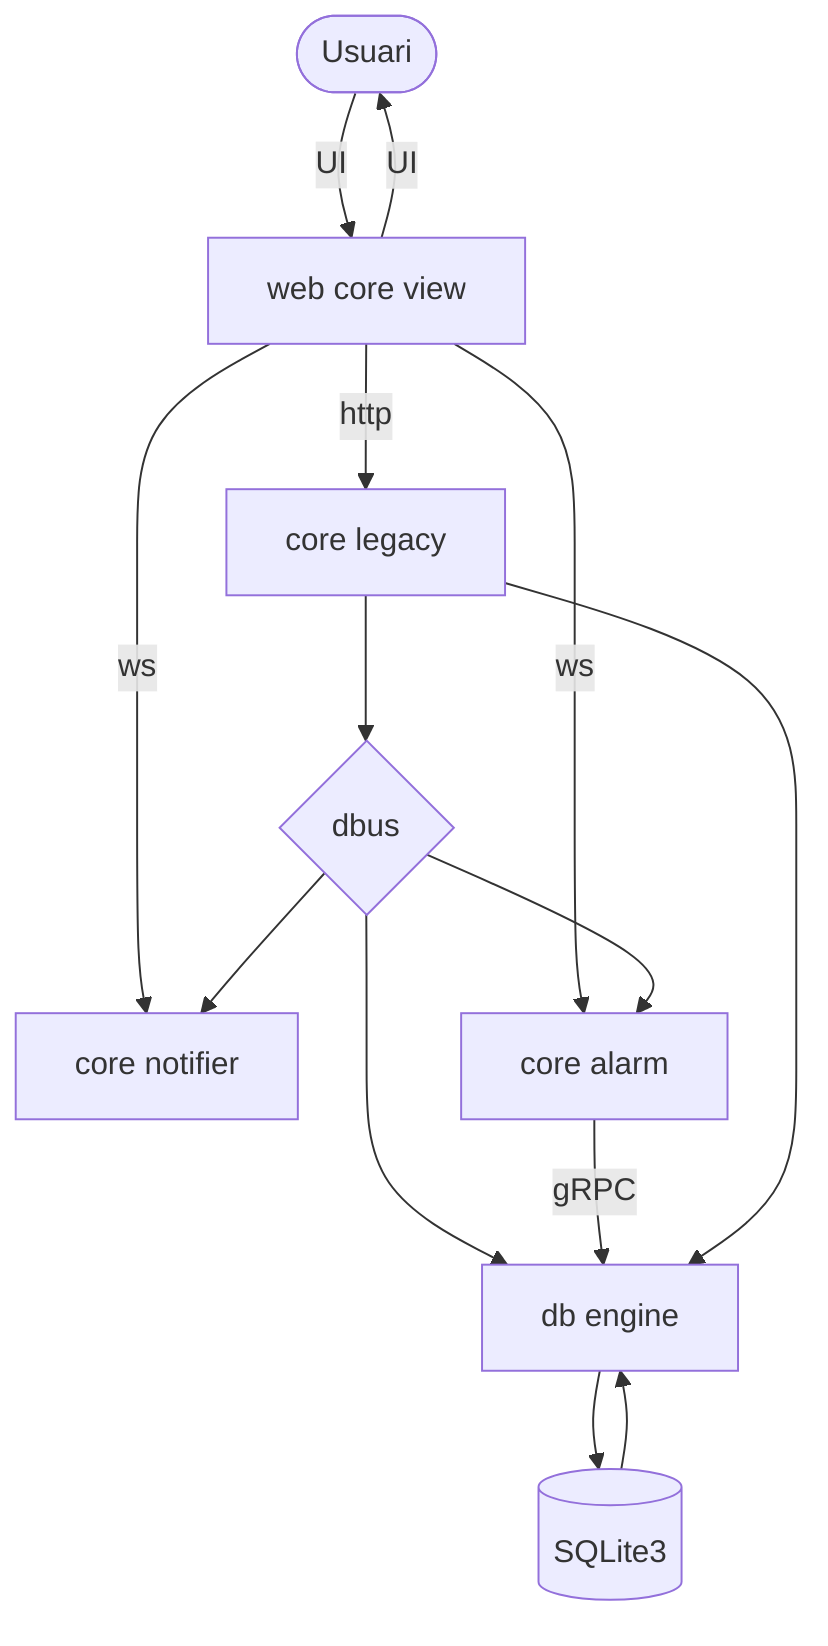
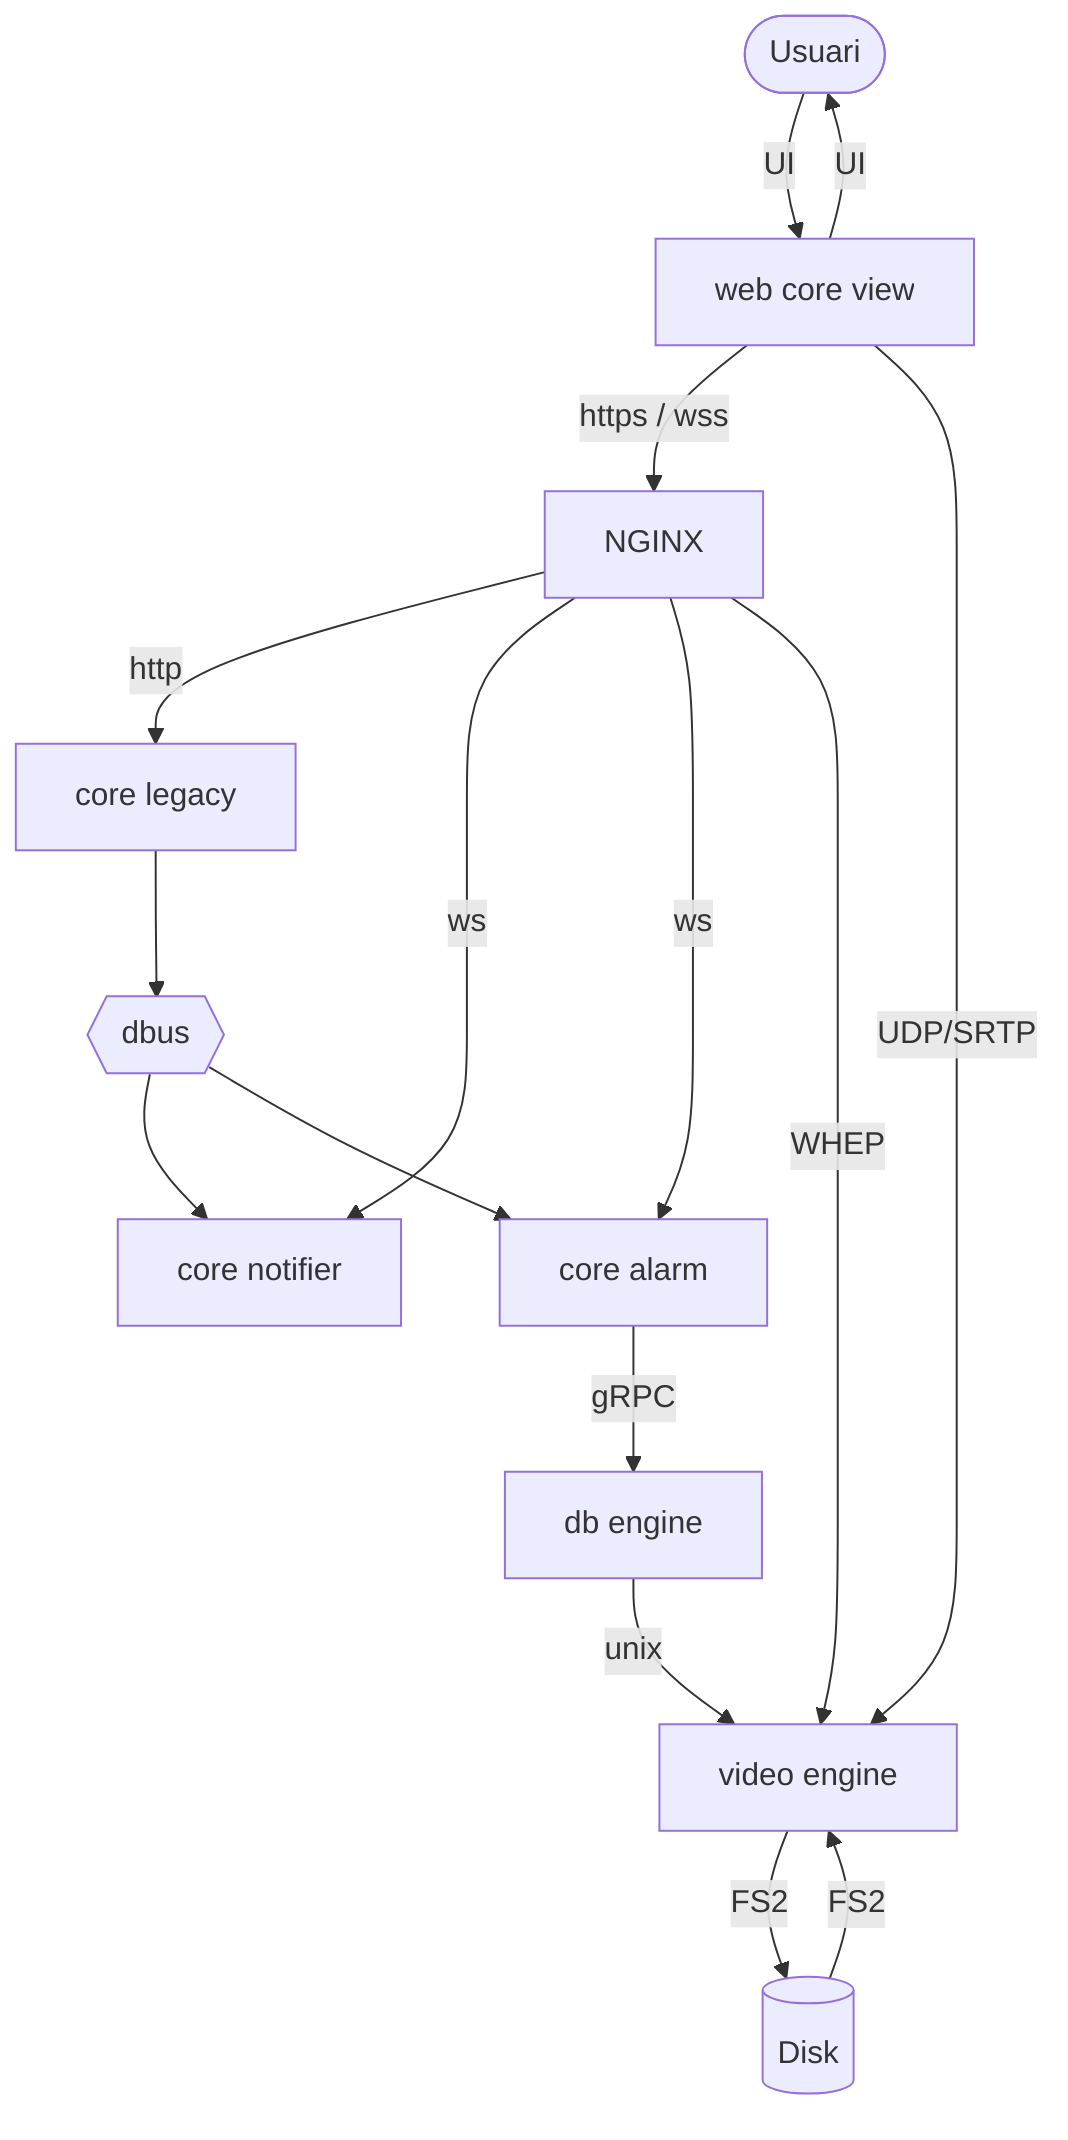
graph TD
    Usuari([Usuari])
    WCV[web core view]
+     NGX[NGINX]
    CL[core legacy]
-     DBUS{dbus}
+     DBUS{{dbus}}
    CN[core notifier]
    CA[core alarm]
    DBE[db engine]
-     SQLite[(SQLite3)]
+     DBV[video engine]
+     Disk[(Disk)]

    Usuari -- UI --> WCV
    WCV -- UI --> Usuari

-     WCV -- http --> CL
+     WCV -- https / wss --> NGX
+     NGX -- http --> CL
+     NGX -- ws --> CN
+     NGX -- ws --> CA
+     NGX -- WHEP --> DBV
+     WCV -- UDP/SRTP --> DBV
+ 
    CL --> DBUS
- 
-     WCV -- ws --> CN
-     WCV -- ws --> CA
- 
    DBUS --> CN
    DBUS --> CA
-     DBUS --> DBE

    CA -- gRPC --> DBE
-     CL --> DBE
+     DBE -- unix --> DBV

-     DBE --> SQLite
-     SQLite --> DBE
+     DBV -- FS2 --> Disk
+     Disk -- FS2 --> DBV
